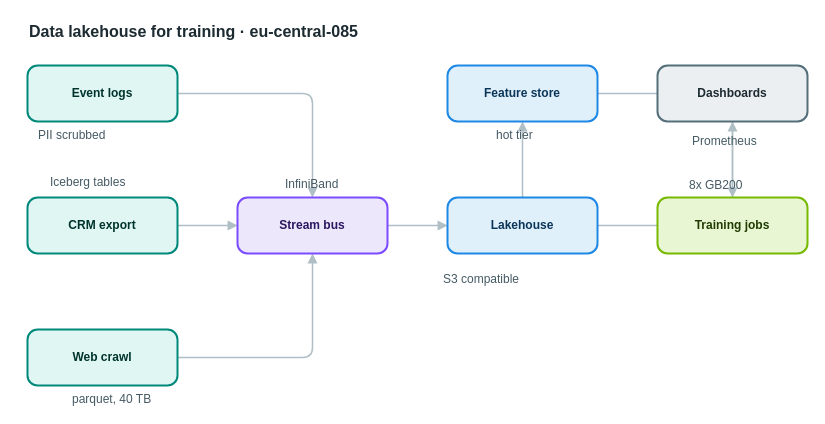
The draw.io diagram apps/web/public/samples/library/085-data-lakehouse-for-training.drawio in AryanG01/open-apprentice, before the edit. Source tidied: cells renumbered, new cells numbered last; positions are measured from the earlier drawing's top-left corner, leaving out a move shared by most shapes. Both pictures are drawn from the tidied source at 100%, with x=0, y=0 at pixel (27, 17).
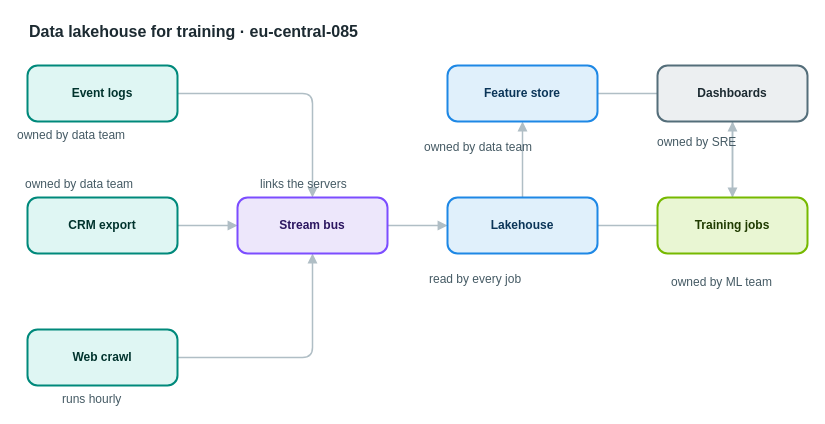
The same diagram, later.

What changed in the source:
```diff
@@
-    <mxCell id="18" value="PII scrubbed" style="text;html=1;align=left;verticalAlign=top;whiteSpace=nowrap;spacing=0;spacingTop=0;strokeColor=none;fillColor=none;fontSize=12;fontColor=#455a64;" parent="1" vertex="1">
-      <mxGeometry x="11" y="106" width="96" height="20" as="geometry" />
+    <mxCell id="18" value="owned by data team" style="text;html=1;align=left;verticalAlign=top;whiteSpace=nowrap;spacing=0;spacingTop=0;strokeColor=none;fillColor=none;fontSize=12;fontColor=#455a64;" parent="1" vertex="1">
+      <mxGeometry x="-10" y="106" width="138" height="20" as="geometry" />
     </mxCell>
-    <mxCell id="19" value="Iceberg tables" style="text;html=1;align=left;verticalAlign=top;whiteSpace=nowrap;spacing=0;spacingTop=0;strokeColor=none;fillColor=none;fontSize=12;fontColor=#455a64;" parent="1" vertex="1">
-      <mxGeometry x="23" y="153" width="110" height="20" as="geometry" />
+    <mxCell id="19" value="owned by data team" style="text;html=1;align=left;verticalAlign=top;whiteSpace=nowrap;spacing=0;spacingTop=0;strokeColor=none;fillColor=none;fontSize=12;fontColor=#455a64;" parent="1" vertex="1">
+      <mxGeometry x="-2" y="155" width="138" height="20" as="geometry" />
     </mxCell>
-    <mxCell id="20" value="parquet, 40 TB" style="text;html=1;align=left;verticalAlign=top;whiteSpace=nowrap;spacing=0;spacingTop=0;strokeColor=none;fillColor=none;fontSize=12;fontColor=#455a64;" parent="1" vertex="1">
-      <mxGeometry x="45" y="370" width="110" height="20" as="geometry" />
+    <mxCell id="20" value="runs hourly" style="text;html=1;align=left;verticalAlign=top;whiteSpace=nowrap;spacing=0;spacingTop=0;strokeColor=none;fillColor=none;fontSize=12;fontColor=#455a64;" parent="1" vertex="1">
+      <mxGeometry x="35" y="370" width="89" height="20" as="geometry" />
     </mxCell>
-    <mxCell id="21" value="InfiniBand" style="text;html=1;align=left;verticalAlign=top;whiteSpace=nowrap;spacing=0;spacingTop=0;strokeColor=none;fillColor=none;fontSize=12;fontColor=#455a64;" parent="1" vertex="1">
-      <mxGeometry x="258" y="155" width="82" height="20" as="geometry" />
+    <mxCell id="21" value="links the servers" style="text;html=1;align=left;verticalAlign=top;whiteSpace=nowrap;spacing=0;spacingTop=0;strokeColor=none;fillColor=none;fontSize=12;fontColor=#455a64;" parent="1" vertex="1">
+      <mxGeometry x="233" y="155" width="131" height="20" as="geometry" />
     </mxCell>
-    <mxCell id="22" value="S3 compatible" style="text;html=1;align=left;verticalAlign=top;whiteSpace=nowrap;spacing=0;spacingTop=0;strokeColor=none;fillColor=none;fontSize=12;fontColor=#455a64;" parent="1" vertex="1">
-      <mxGeometry x="416" y="250" width="103" height="20" as="geometry" />
+    <mxCell id="22" value="read by every job" style="text;html=1;align=left;verticalAlign=top;whiteSpace=nowrap;spacing=0;spacingTop=0;strokeColor=none;fillColor=none;fontSize=12;fontColor=#455a64;" parent="1" vertex="1">
+      <mxGeometry x="402" y="250" width="131" height="20" as="geometry" />
     </mxCell>
-    <mxCell id="23" value="hot tier" style="text;html=1;align=left;verticalAlign=top;whiteSpace=nowrap;spacing=0;spacingTop=0;strokeColor=none;fillColor=none;fontSize=12;fontColor=#455a64;" parent="1" vertex="1">
-      <mxGeometry x="469" y="106" width="68" height="20" as="geometry" />
+    <mxCell id="23" value="owned by data team" style="text;html=1;align=left;verticalAlign=top;whiteSpace=nowrap;spacing=0;spacingTop=0;strokeColor=none;fillColor=none;fontSize=12;fontColor=#455a64;" parent="1" vertex="1">
+      <mxGeometry x="397" y="118" width="138" height="20" as="geometry" />
     </mxCell>
-    <mxCell id="24" value="8x GB200" style="text;html=1;align=left;verticalAlign=top;whiteSpace=nowrap;spacing=0;spacingTop=0;strokeColor=none;fillColor=none;fontSize=12;fontColor=#455a64;" parent="1" vertex="1">
-      <mxGeometry x="662" y="156" width="68" height="20" as="geometry" />
+    <mxCell id="24" value="owned by ML team" style="text;html=1;align=left;verticalAlign=top;whiteSpace=nowrap;spacing=0;spacingTop=0;strokeColor=none;fillColor=none;fontSize=12;fontColor=#455a64;" parent="1" vertex="1">
+      <mxGeometry x="644" y="253" width="124" height="20" as="geometry" />
     </mxCell>
-    <mxCell id="25" value="Prometheus" style="text;html=1;align=left;verticalAlign=top;whiteSpace=nowrap;spacing=0;spacingTop=0;strokeColor=none;fillColor=none;fontSize=12;fontColor=#455a64;" parent="1" vertex="1">
-      <mxGeometry x="665" y="112" width="82" height="20" as="geometry" />
+    <mxCell id="25" value="owned by SRE" style="text;html=1;align=left;verticalAlign=top;whiteSpace=nowrap;spacing=0;spacingTop=0;strokeColor=none;fillColor=none;fontSize=12;fontColor=#455a64;" parent="1" vertex="1">
+      <mxGeometry x="630" y="113" width="96" height="20" as="geometry" />
     </mxCell>
```
